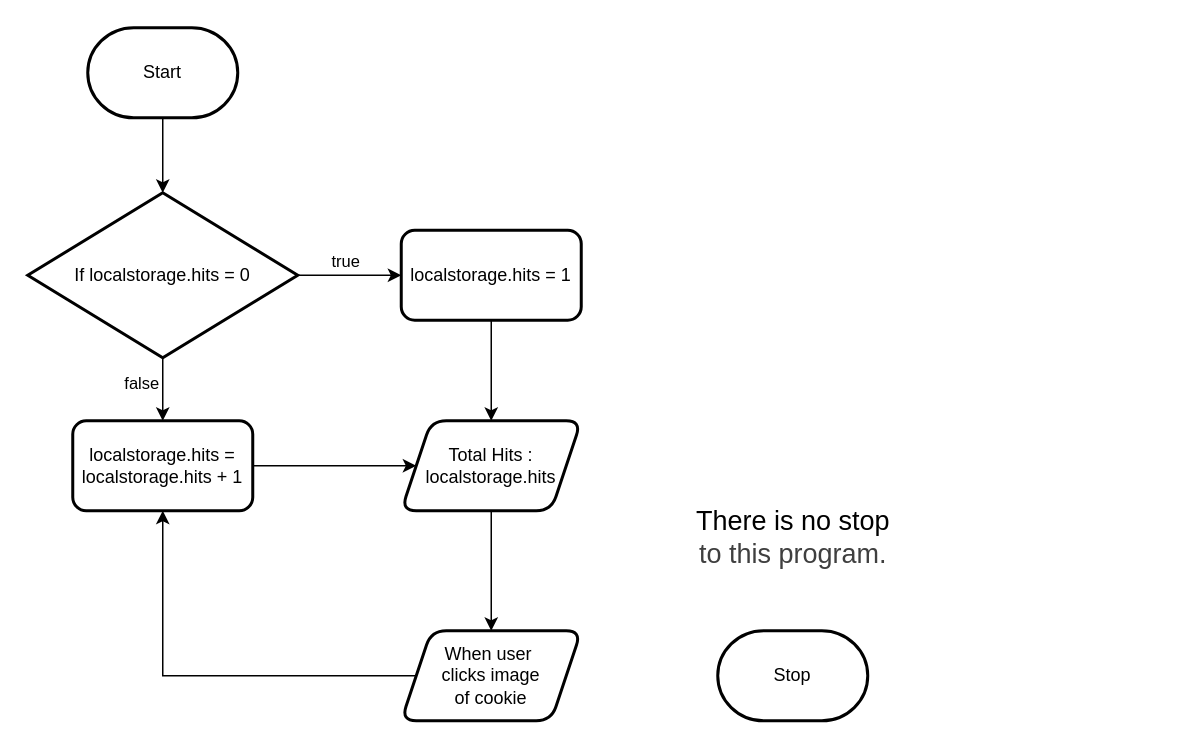
Before: design/flowchart.drawio in MTHS-ICD2O-1-2024/ICD2O-Unit-6-02-Olivia-Ten-Den, a draw.io diagram. Source tidied: cells renumbered, new cells numbered last; positions are measured from the earlier drawing's top-left corner, leaving out a move shared by most shapes. Both pictures are drawn from the tidied source at 150%, with x=0, y=0 at pixel (27, 27).
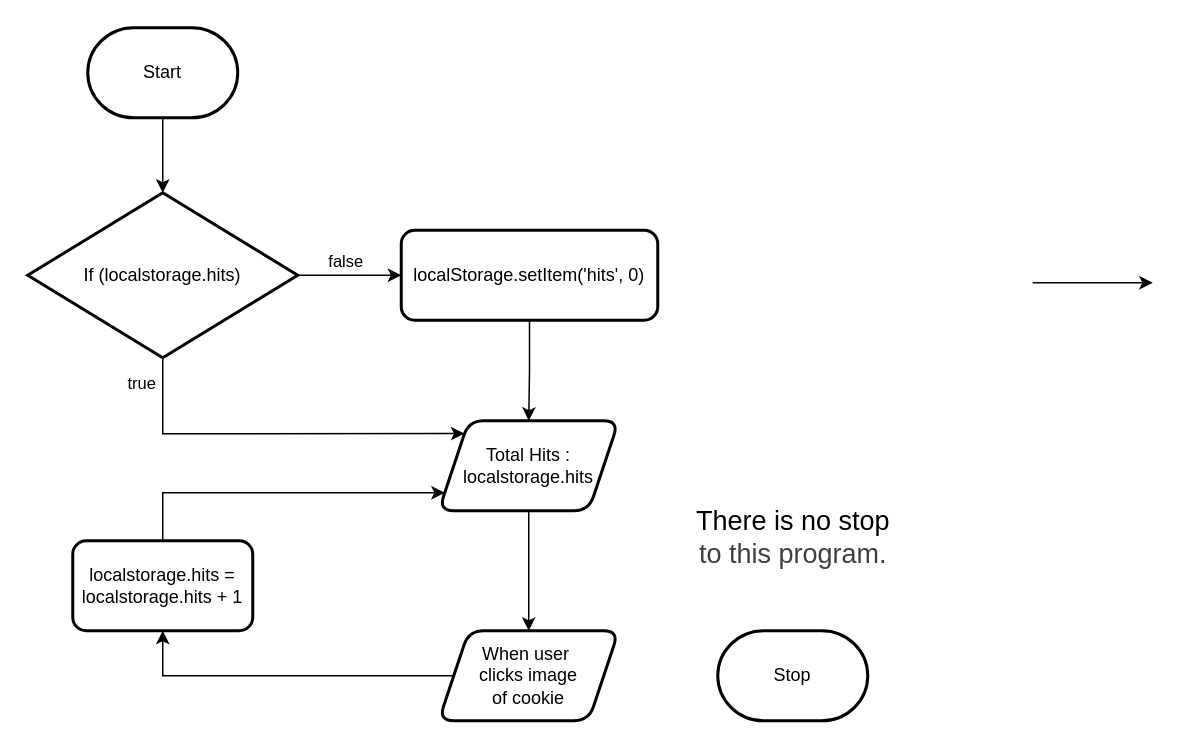
Above is the later version.

Change to the diagram source:
```diff
@@
-    <mxCell id="6" style="edgeStyle=orthogonalEdgeStyle;shape=connector;rounded=0;html=1;strokeColor=default;align=center;verticalAlign=middle;fontFamily=Helvetica;fontSize=11;fontColor=default;labelBackgroundColor=default;endArrow=classic;" parent="1" edge="1" source="7" target="11">
-      <mxGeometry relative="1" as="geometry" />
+    <mxCell id="6" style="edgeStyle=orthogonalEdgeStyle;shape=connector;rounded=0;html=1;strokeColor=default;align=center;verticalAlign=middle;fontFamily=Helvetica;fontSize=11;fontColor=default;labelBackgroundColor=default;endArrow=classic;entryX=0;entryY=0;entryDx=0;entryDy=0;" parent="1" edge="1" source="7" target="13">
+      <mxGeometry relative="1" as="geometry">
+        <Array as="points">
+          <mxPoint x="90" y="271" />
+        </Array>
+      </mxGeometry>
     </mxCell>
-    <mxCell id="7" value="If localstorage.hits = 0" style="rhombus;whiteSpace=wrap;html=1;strokeWidth=2;" parent="1" vertex="1">
+    <mxCell id="7" value="If (localstorage.hits)" style="rhombus;whiteSpace=wrap;html=1;strokeWidth=2;" parent="1" vertex="1">
       <mxGeometry y="110" width="180" height="110" as="geometry" />
     </mxCell>
@@
-    <mxCell id="9" value="localstorage.hits = 1" style="rounded=1;whiteSpace=wrap;html=1;strokeWidth=2;" parent="1" vertex="1">
-      <mxGeometry x="249" y="135" width="120" height="60" as="geometry" />
+    <mxCell id="9" value="localStorage.setItem('hits', 0)" style="rounded=1;whiteSpace=wrap;html=1;strokeWidth=2;" parent="1" vertex="1">
+      <mxGeometry x="249" y="135" width="171" height="60" as="geometry" />
     </mxCell>
     <mxCell id="10" style="edgeStyle=orthogonalEdgeStyle;shape=connector;rounded=0;html=1;strokeColor=default;align=center;verticalAlign=middle;fontFamily=Helvetica;fontSize=11;fontColor=default;labelBackgroundColor=default;endArrow=classic;" parent="1" edge="1" source="11" target="13">
-      <mxGeometry relative="1" as="geometry" />
+      <mxGeometry relative="1" as="geometry">
+        <Array as="points">
+          <mxPoint x="90" y="310" />
+        </Array>
+      </mxGeometry>
     </mxCell>
     <mxCell id="11" value="localstorage.hits = localstorage.hits + 1" style="rounded=1;whiteSpace=wrap;html=1;strokeWidth=2;" parent="1" vertex="1">
-      <mxGeometry x="30" y="262" width="120" height="60" as="geometry" />
+      <mxGeometry x="30" y="342" width="120" height="60" as="geometry" />
     </mxCell>
@@
     <mxCell id="13" value="Total Hits :&lt;div&gt;localstorage.hits&lt;/div&gt;" style="shape=parallelogram;perimeter=parallelogramPerimeter;whiteSpace=wrap;html=1;fixedSize=1;rounded=1;strokeWidth=2;" parent="1" vertex="1">
-      <mxGeometry x="249" y="262" width="120" height="60" as="geometry" />
+      <mxGeometry x="274" y="262" width="120" height="60" as="geometry" />
     </mxCell>
@@
     <mxCell id="15" value="When user&amp;nbsp;&lt;div&gt;clicks image&lt;div&gt;of cookie&lt;/div&gt;&lt;/div&gt;" style="shape=parallelogram;perimeter=parallelogramPerimeter;whiteSpace=wrap;html=1;fixedSize=1;rounded=1;strokeWidth=2;" parent="1" vertex="1">
-      <mxGeometry x="249" y="402" width="120" height="60" as="geometry" />
+      <mxGeometry x="274" y="402" width="120" height="60" as="geometry" />
     </mxCell>
-    <mxCell id="16" value="true" style="text;html=1;align=center;verticalAlign=middle;strokeColor=none;fillColor=none;fontFamily=Helvetica;fontSize=11;fontColor=default;labelBackgroundColor=default;" parent="1" vertex="1">
-      <mxGeometry x="192" y="141" width="40" height="30" as="geometry" />
+    <mxCell id="16" value="false" style="text;html=1;align=center;verticalAlign=middle;strokeColor=none;fillColor=none;fontFamily=Helvetica;fontSize=11;fontColor=default;labelBackgroundColor=default;" parent="1" vertex="1">
+      <mxGeometry x="187" y="141" width="50" height="30" as="geometry" />
     </mxCell>
-    <mxCell id="17" value="false" style="text;html=1;align=center;verticalAlign=middle;strokeColor=none;fillColor=none;fontFamily=Helvetica;fontSize=11;fontColor=default;labelBackgroundColor=default;" parent="1" vertex="1">
-      <mxGeometry x="51" y="222" width="50" height="30" as="geometry" />
+    <mxCell id="17" value="true" style="text;html=1;align=center;verticalAlign=middle;strokeColor=none;fillColor=none;fontFamily=Helvetica;fontSize=11;fontColor=default;labelBackgroundColor=default;" parent="1" vertex="1">
+      <mxGeometry x="56" y="222" width="40" height="30" as="geometry" />
     </mxCell>
@@
+    <mxCell id="19" style="edgeStyle=none;orthogonalLoop=1;jettySize=auto;html=1;rounded=0;strokeColor=default;align=center;verticalAlign=middle;fontFamily=Helvetica;fontSize=11;fontColor=default;labelBackgroundColor=default;endArrow=classic;" parent="1" edge="1">
+      <mxGeometry relative="1" as="geometry">
+        <mxPoint x="670" y="170" as="sourcePoint" />
+        <mxPoint x="750" y="170" as="targetPoint" />
+      </mxGeometry>
+    </mxCell>
```
